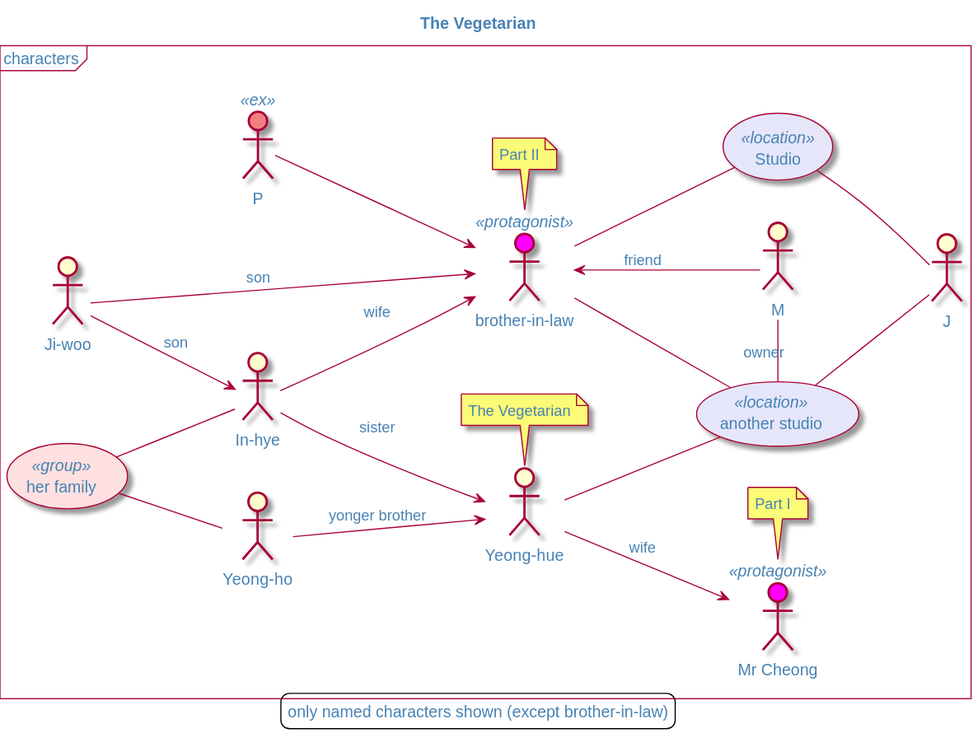
Before: The Vegetarian/The Vegetarian-The_Vegetarian.svg, a diagram exported from PlantUML (olek3/reading). Its diagram source:
```plantuml
@startuml
!$stylePath = "https://raw.githubusercontent.com/olek3/plantuml-includes/refs/heads/main/iuml"

!include $stylePath/reading.iuml
title The Vegetarian
mainframe characters

legend : only named characters shown (except brother-in-law)


:Mr Cheong: as narrator <<protagonist>>
note top : Part I

:Yeong-hue: as vegetarian
note top : The Vegetarian

vegetarian --> narrator : wife

:In-hye: as sister

sister --> vegetarian : sister

:Yeong-ho: as brother

brother --> vegetarian : yonger brother


:Ji-woo: as nephew

nephew --> sister : son


(Studio) as studio <<location>>
:brother-in-law: as he <<protagonist>>
nephew --> he : son
note top : Part II

sister --> he : wife
he -- studio
studio -- :J:

(another studio) as mstudio <<location>>

he -- mstudio

:M: - mstudio : owner

he <-- :M: : friend

vegetarian -- mstudio
mstudio -- :J:

:P:<<ex>>

:P: --> he

(her family) as family <<group>>

family -- sister
family -- brother
@enduml
```
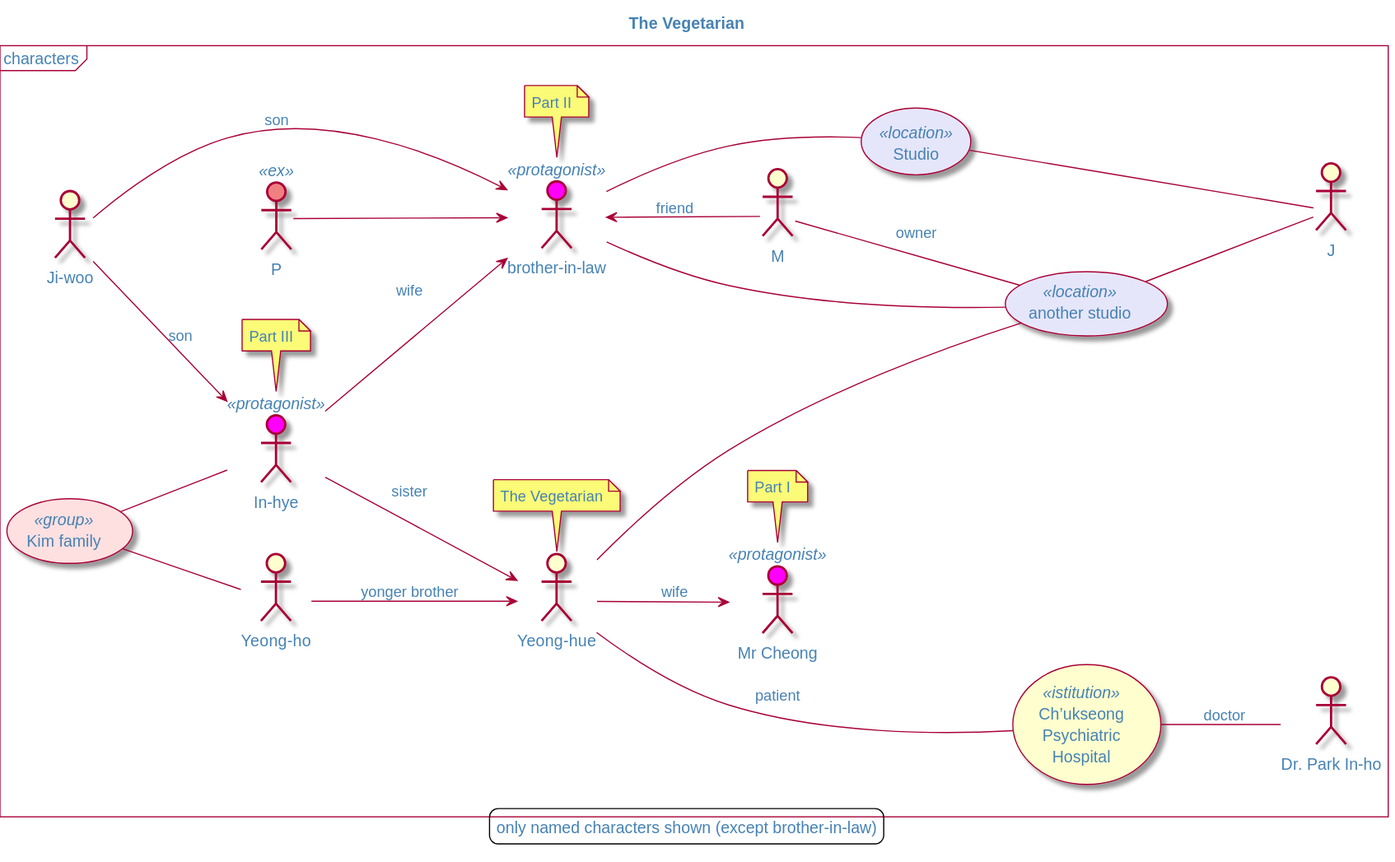
After the commit.

Commit message:
Part III Flaming trees

The edit, as a diff of the source:
```diff
@@ -16,7 +16,8 @@
 
 vegetarian --> narrator : wife
 
-:In-hye: as sister
+:In-hye: as sister <<protagonist>>
+note top : Part III
 
 sister --> vegetarian : sister
 
@@ -43,7 +44,7 @@
 
 he -- mstudio
 
-:M: - mstudio : owner
+:M: -- mstudio : owner
 
 he <-- :M: : friend
 
@@ -54,8 +55,16 @@
 
 :P: --> he
 
-(her family) as family <<group>>
+(Kim family) as family <<group>>
 
 family -- sister
 family -- brother
+
+
+(Ch’ukseong Psychiatric Hospital) <<istitution>> as hospital
+"Dr. Park In-ho" as doctor
+
+vegetarian --- hospital : patient
+
+hospital -- doctor : doctor
 @enduml
```
